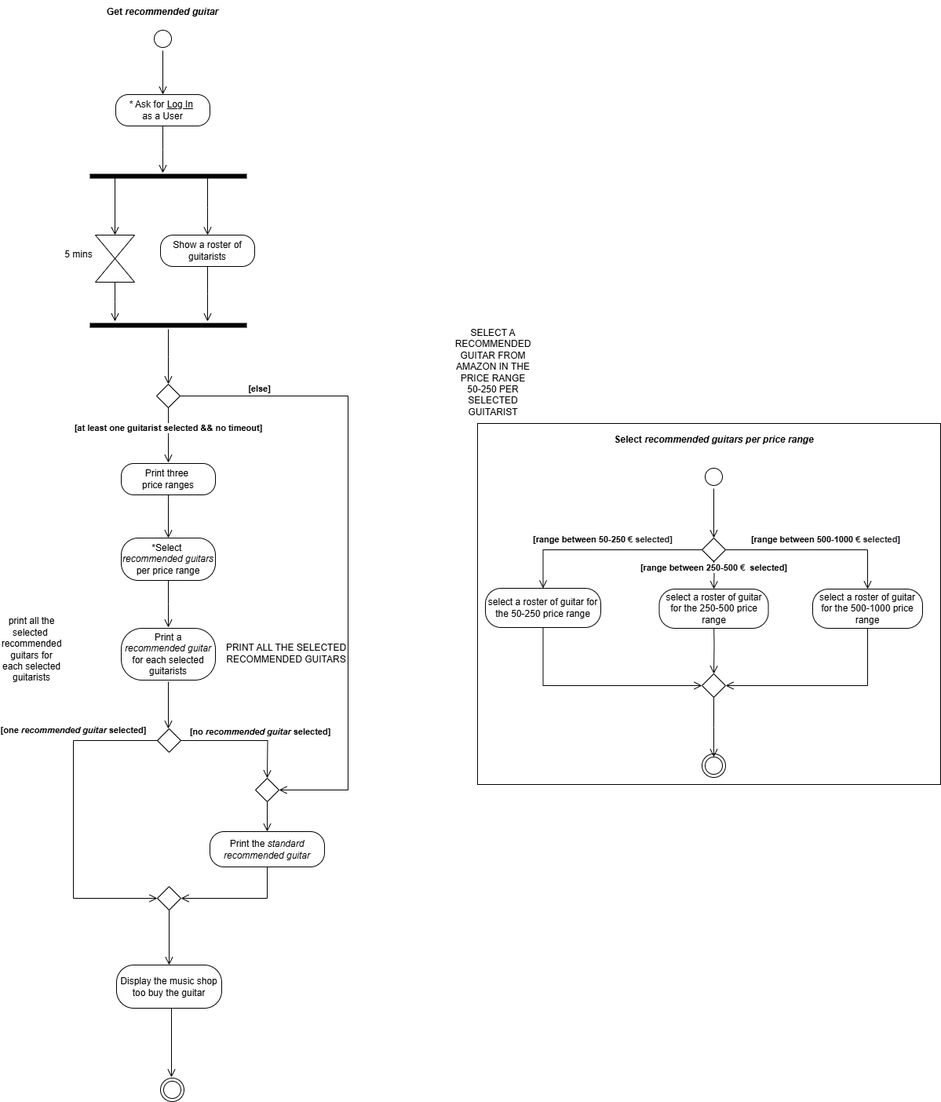
Earlier version of the draw.io export diagrams/ActivityDiagramM.drawio.png (TizianoLilli/ISPW-Project). Source tidied: cells renumbered, new cells last; positions are measured from the earlier drawing's top-left corner, leaving out a move shared by most shapes.
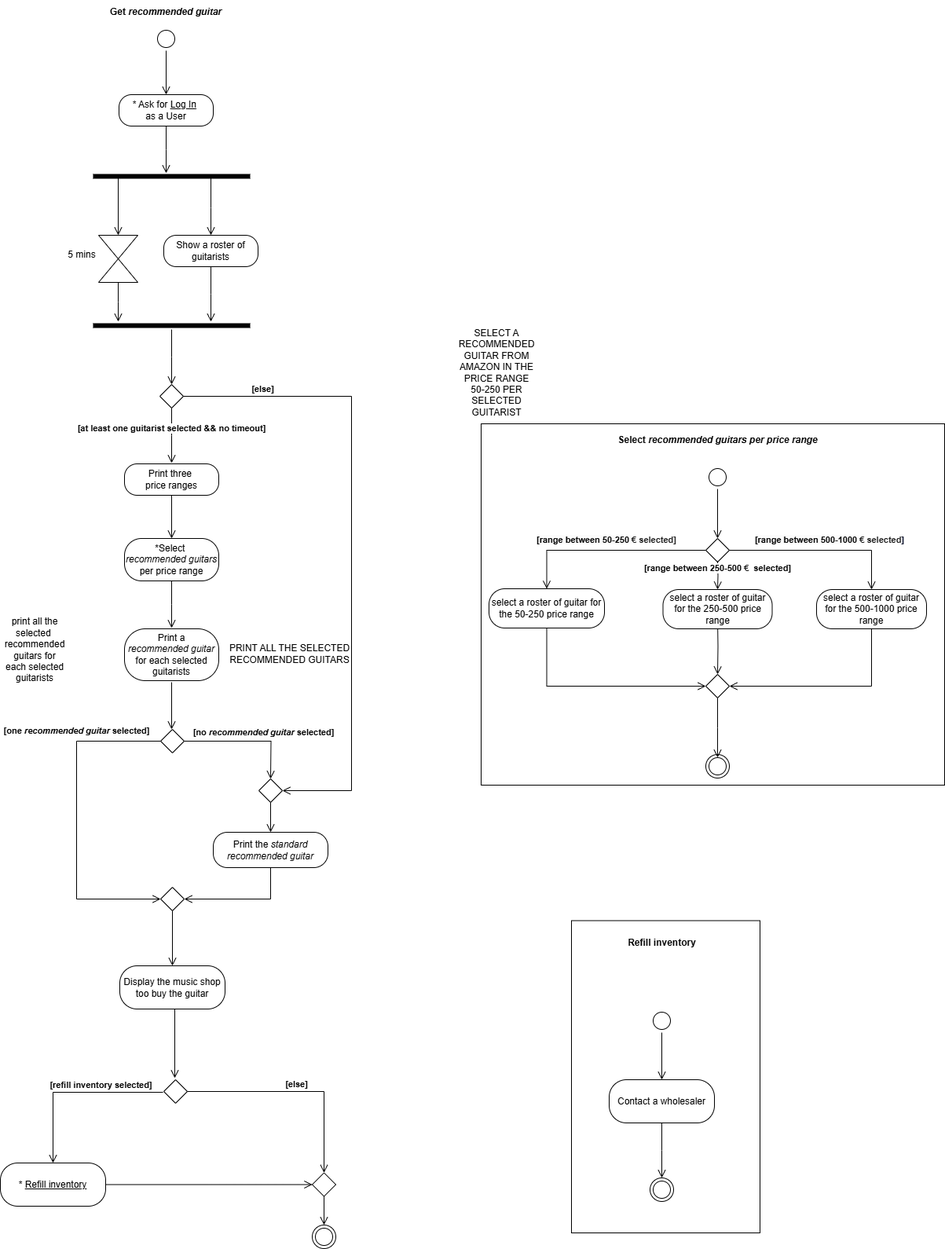
After the change.

Diff of the diagram source:
```diff
@@ -2,6 +2,9 @@
   <root>
     <mxCell id="0" />
     <mxCell id="1" parent="0" />
+    <mxCell id="61" style="rounded=0;whiteSpace=wrap;html=1;labelBackgroundColor=none;labelBorderColor=none;" parent="1" vertex="1">
+      <mxGeometry x="713" y="1171.5" width="240" height="397.5" as="geometry" />
+    </mxCell>
     <mxCell id="2" style="rounded=0;whiteSpace=wrap;html=1;labelBackgroundColor=none;labelBorderColor=none;" parent="1" vertex="1">
       <mxGeometry x="598" y="539" width="590" height="460" as="geometry" />
     </mxCell>
@@ -83,7 +86,7 @@
       <mxGeometry x="138" y="1229" width="134" height="55" as="geometry" />
     </mxCell>
     <mxCell id="21" style="ellipse;html=1;shape=endState;labelBackgroundColor=none;" parent="1" vertex="1">
-      <mxGeometry x="194" y="1373" width="30" height="30" as="geometry" />
+      <mxGeometry x="383" y="1559" width="30" height="30" as="geometry" />
     </mxCell>
     <mxCell id="22" style="ellipse;html=1;shape=startState;labelBackgroundColor=none;" parent="1" vertex="1">
       <mxGeometry x="182" y="34" width="30" height="30" as="geometry" />
@@ -236,5 +239,56 @@
         </Array>
       </mxGeometry>
     </mxCell>
+    <mxCell id="62" style="rhombus;whiteSpace=wrap;html=1;labelBackgroundColor=none;" parent="1" vertex="1">
+      <mxGeometry x="194" y="1374" width="30" height="30" as="geometry" />
+    </mxCell>
+    <mxCell id="63" value="&lt;b&gt;[else]&lt;/b&gt;" style="edgeStyle=orthogonalEdgeStyle;html=1;verticalAlign=bottom;endArrow=open;endSize=8;rounded=0;labelBackgroundColor=none;fontColor=default;exitX=1;exitY=0.5;exitDx=0;exitDy=0;entryX=0.5;entryY=0;entryDx=0;entryDy=0;" parent="1" edge="1" source="62" target="66">
+      <mxGeometry relative="1" as="geometry">
+        <Array as="points">
+          <mxPoint x="398" y="1389" />
+        </Array>
+      </mxGeometry>
+    </mxCell>
+    <mxCell id="64" value="&lt;b&gt;[refill inventory selected]&lt;/b&gt;" style="edgeStyle=orthogonalEdgeStyle;html=1;verticalAlign=bottom;endArrow=open;endSize=8;rounded=0;labelBackgroundColor=none;fontColor=default;" parent="1" edge="1">
+      <mxGeometry x="-0.31" relative="1" as="geometry">
+        <mxPoint x="193" y="1390" as="sourcePoint" />
+        <mxPoint x="53" y="1480" as="targetPoint" />
+        <Array as="points">
+          <mxPoint x="53" y="1390" />
+        </Array>
+      </mxGeometry>
+    </mxCell>
+    <mxCell id="65" value="*&amp;nbsp;&lt;u&gt;Refill inventory&lt;/u&gt;" style="rounded=1;whiteSpace=wrap;html=1;arcSize=40;labelBackgroundColor=none;" parent="1" vertex="1">
+      <mxGeometry x="-14" y="1480" width="134" height="55" as="geometry" />
+    </mxCell>
+    <mxCell id="66" style="rhombus;whiteSpace=wrap;html=1;labelBackgroundColor=none;" parent="1" vertex="1">
+      <mxGeometry x="383" y="1492.5" width="30" height="30" as="geometry" />
+    </mxCell>
+    <mxCell id="67" style="edgeStyle=orthogonalEdgeStyle;html=1;verticalAlign=bottom;endArrow=open;endSize=8;rounded=0;labelBackgroundColor=none;fontColor=default;entryX=0;entryY=0.5;entryDx=0;entryDy=0;exitX=1;exitY=0.5;exitDx=0;exitDy=0;" parent="1" edge="1" source="65" target="66">
+      <mxGeometry relative="1" as="geometry" />
+    </mxCell>
+    <mxCell id="68" style="edgeStyle=orthogonalEdgeStyle;html=1;verticalAlign=bottom;endArrow=open;endSize=8;rounded=0;labelBackgroundColor=none;fontColor=default;entryX=0.5;entryY=0;entryDx=0;entryDy=0;exitX=0.5;exitY=1;exitDx=0;exitDy=0;" parent="1" edge="1" source="66" target="21">
+      <mxGeometry relative="1" as="geometry" />
+    </mxCell>
+    <mxCell id="69" style="ellipse;html=1;shape=startState;labelBackgroundColor=none;" parent="1" vertex="1">
+      <mxGeometry x="813" y="1284" width="30" height="30" as="geometry" />
+    </mxCell>
+    <mxCell id="70" style="edgeStyle=orthogonalEdgeStyle;html=1;verticalAlign=bottom;endArrow=open;endSize=8;rounded=0;labelBackgroundColor=none;fontColor=default;exitX=0.5;exitY=1;exitDx=0;exitDy=0;entryX=0.5;entryY=0;entryDx=0;entryDy=0;" parent="1" edge="1" source="69" target="71">
+      <mxGeometry relative="1" as="geometry" />
+    </mxCell>
+    <mxCell id="71" value="Contact a wholesaler" style="rounded=1;whiteSpace=wrap;html=1;arcSize=40;labelBackgroundColor=none;" parent="1" vertex="1">
+      <mxGeometry x="761" y="1374" width="134" height="55" as="geometry" />
+    </mxCell>
+    <mxCell id="72" style="edgeStyle=orthogonalEdgeStyle;html=1;verticalAlign=bottom;endArrow=open;endSize=8;rounded=0;labelBackgroundColor=none;fontColor=default;exitX=0.5;exitY=1;exitDx=0;exitDy=0;" parent="1" edge="1" source="71">
+      <mxGeometry relative="1" as="geometry">
+        <mxPoint x="828" y="1499" as="targetPoint" />
+      </mxGeometry>
+    </mxCell>
+    <mxCell id="73" style="ellipse;html=1;shape=endState;labelBackgroundColor=none;" parent="1" vertex="1">
+      <mxGeometry x="813" y="1499" width="30" height="30" as="geometry" />
+    </mxCell>
+    <mxCell id="74" value="&lt;div&gt;Refill inventory&lt;/div&gt;" style="text;align=center;fontStyle=1;verticalAlign=middle;spacingLeft=3;spacingRight=3;strokeColor=none;html=1;labelBackgroundColor=none;" parent="1" vertex="1">
+      <mxGeometry x="593" y="1179" width="470" height="41" as="geometry" />
+    </mxCell>
   </root>
 </mxGraphModel>
```
